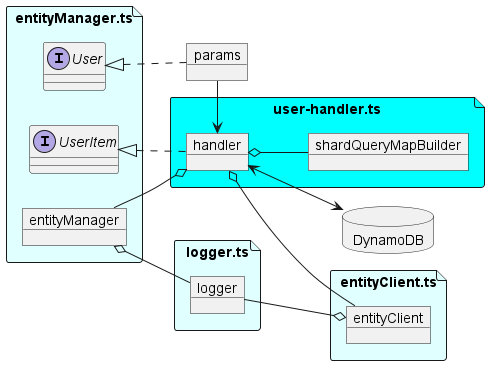
Above: assets/handler.png in karmaniverous/entity-manager-demo (PlantUML), before the change.
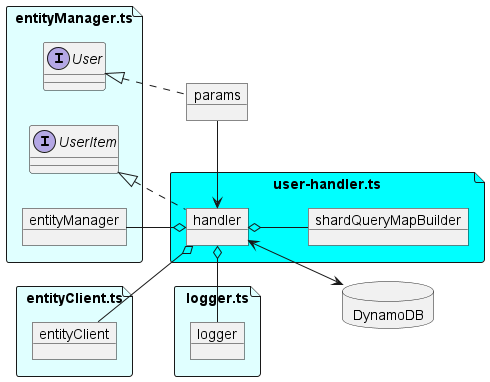
Above is the later version.

Diff of the diagram source:
```diff
@@ -19,8 +19,6 @@
 
 file "entityClient.ts" as entitClientTs #LightCyan {
     object entityClient
-
-    logger --o entityClient
 }
 
 file "user-handler.ts" as searchTs #Cyan {
@@ -30,9 +28,10 @@
     User <|.. params
     UserItem <|.. handler
     entityManager --o handler
-    handler o-- entityClient
-    entityManager o-- logger
+    entityClient --o handler
+    logger -o handler
     handler <--> DynamoDB
+    entityClient -[hidden]- logger
 
     object shardQueryMapBuilder
     handler o-- shardQueryMapBuilder
```
